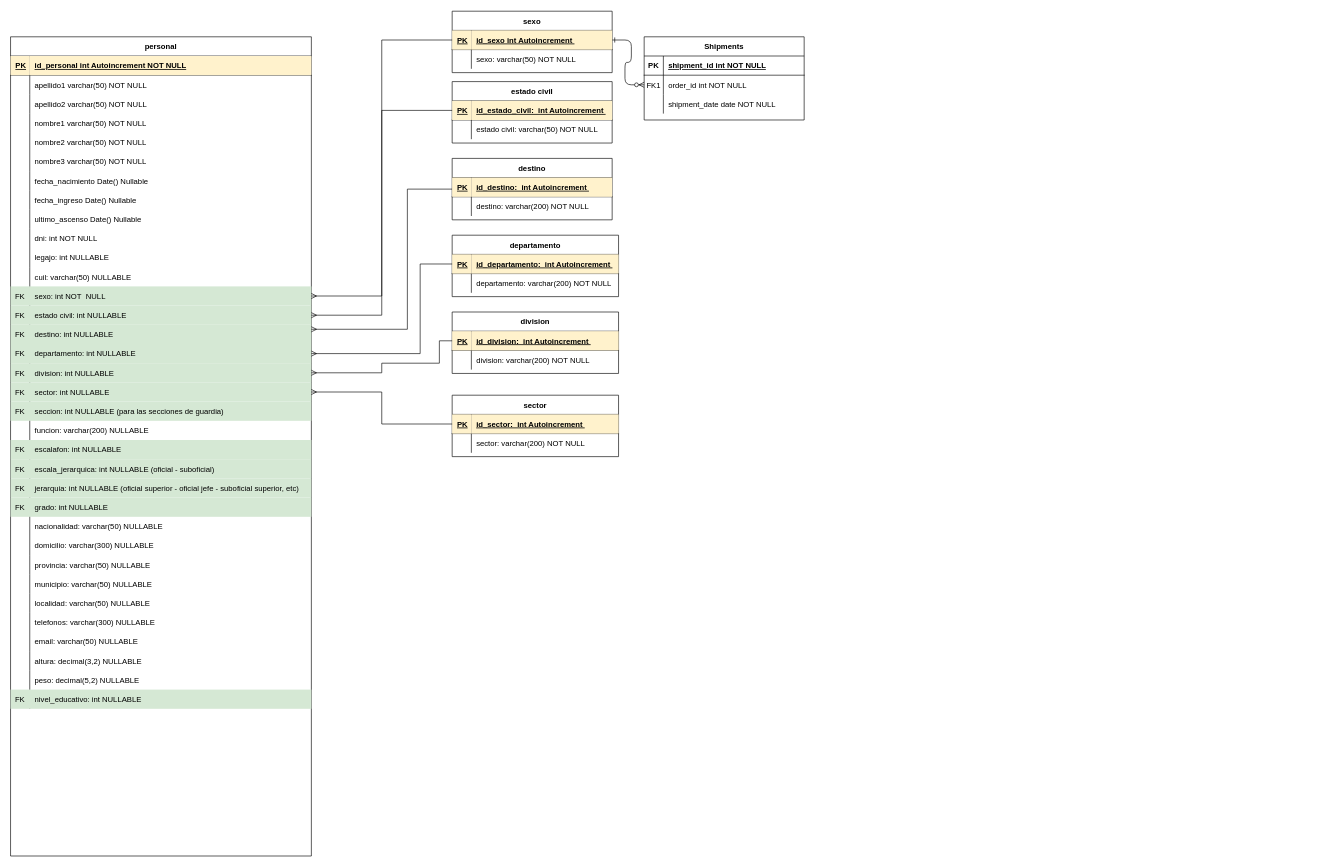
The draw.io diagram Cuerpo Penitenciario.drawio in FSALVA157/EsquemasER, before the edit. Source tidied: cells renumbered, new cells numbered last; positions are measured from the earlier drawing's top-left corner, leaving out a move shared by most shapes. Both pictures are drawn from the tidied source at 64%, with x=0, y=0 at pixel (10, 11).
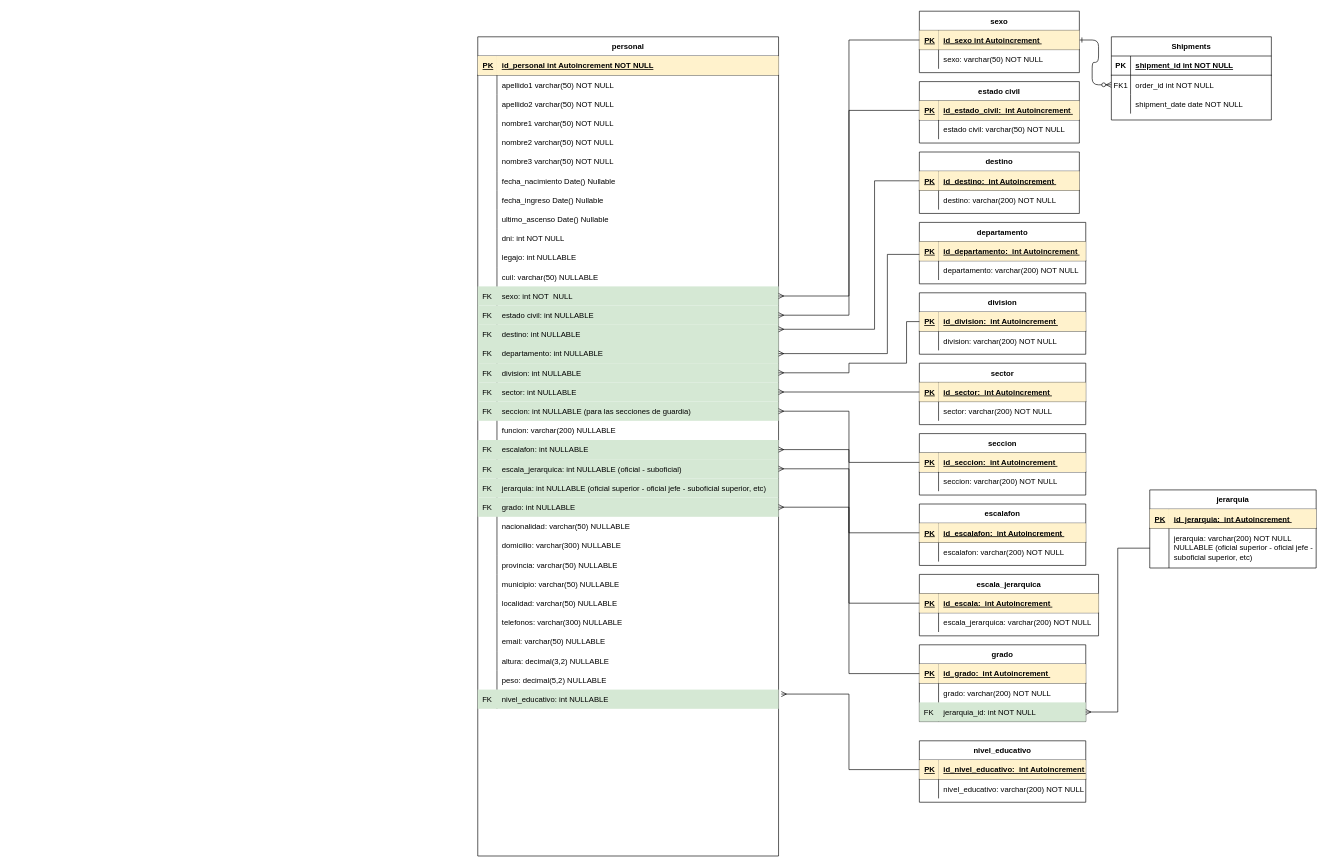
The same page after the edit.

The change refers to these unchanged cells:
```xml
<mxCell id="45" style="shape=partialRectangle;fillColor=#d5e8d4;points=[[0,0.5],[1,0.5]];portConstraint=eastwest;top=0;left=0;right=0;bottom=0;strokeColor=#82b366;" parent="2" vertex="1">
  <mxGeometry y="450" width="470" height="30" as="geometry" />
</mxCell>
<mxCell id="48" style="shape=partialRectangle;fillColor=#d5e8d4;points=[[0,0.5],[1,0.5]];portConstraint=eastwest;top=0;left=0;right=0;bottom=0;strokeColor=#82b366;" parent="2" vertex="1">
  <mxGeometry y="480" width="470" height="30" as="geometry" />
</mxCell>
<mxCell id="51" style="shape=partialRectangle;fillColor=#d5e8d4;points=[[0,0.5],[1,0.5]];portConstraint=eastwest;top=0;left=0;right=0;bottom=0;strokeColor=#82b366;" parent="2" vertex="1">
  <mxGeometry y="510" width="470" height="30" as="geometry" />
</mxCell>
<mxCell id="57" style="shape=partialRectangle;fillColor=#d5e8d4;points=[[0,0.5],[1,0.5]];portConstraint=eastwest;top=0;left=0;right=0;bottom=0;strokeColor=#82b366;" parent="2" vertex="1">
  <mxGeometry y="570" width="470" height="30" as="geometry" />
</mxCell>
<mxCell id="63" style="shape=partialRectangle;fillColor=#d5e8d4;points=[[0,0.5],[1,0.5]];portConstraint=eastwest;top=0;left=0;right=0;bottom=0;strokeColor=#82b366;" parent="2" vertex="1">
  <mxGeometry y="630" width="470" height="30" as="geometry" />
</mxCell>
<mxCell id="66" style="shape=partialRectangle;fillColor=#d5e8d4;points=[[0,0.5],[1,0.5]];portConstraint=eastwest;top=0;left=0;right=0;bottom=0;strokeColor=#82b366;" parent="2" vertex="1">
  <mxGeometry y="660" width="470" height="30" as="geometry" />
</mxCell>
<mxCell id="72" style="shape=partialRectangle;fillColor=#d5e8d4;points=[[0,0.5],[1,0.5]];portConstraint=eastwest;top=0;left=0;right=0;bottom=0;strokeColor=#82b366;" parent="2" vertex="1">
  <mxGeometry y="720" width="470" height="30" as="geometry" />
</mxCell>
<mxCell id="102" style="shape=partialRectangle;fillColor=#d5e8d4;points=[[0,0.5],[1,0.5]];portConstraint=eastwest;top=0;left=0;right=0;bottom=0;strokeColor=#82b366;" parent="2" vertex="1">
  <mxGeometry y="1020" width="470" height="30" as="geometry" />
</mxCell>
<mxCell id="132" style="shape=partialRectangle;fillColor=none;points=[[0,0.5],[1,0.5]];portConstraint=eastwest;top=0;left=0;right=0;bottom=1;" parent="131" vertex="1">
  <mxGeometry y="30" width="250" height="30" as="geometry" />
</mxCell>
<mxCell id="139" style="shape=partialRectangle;fillColor=none;points=[[0,0.5],[1,0.5]];portConstraint=eastwest;top=0;left=0;right=0;bottom=1;" parent="138" vertex="1">
  <mxGeometry y="30" width="260" height="30" as="geometry" />
</mxCell>
<mxCell id="146" style="shape=partialRectangle;fillColor=none;points=[[0,0.5],[1,0.5]];portConstraint=eastwest;top=0;left=0;right=0;bottom=1;" parent="145" vertex="1">
  <mxGeometry y="30" width="260" height="30" as="geometry" />
</mxCell>
```

What changed in the source:
```diff
@@
     <mxCell id="2" value="personal" style="shape=table;startSize=30;childLayout=tableLayout;rowLines=0;fontStyle=1;align=center;" parent="1" vertex="1">
-      <mxGeometry y="40" width="470" height="1280" as="geometry" />
+      <mxGeometry x="730" y="40" width="470" height="1280" as="geometry" />
     </mxCell>
@@
     <mxCell id="106" value="sexo" style="shape=table;startSize=30;childLayout=tableLayout;rowLines=0;fontStyle=1;align=center;" parent="1" vertex="1">
-      <mxGeometry x="690" width="250" height="96" as="geometry" />
+      <mxGeometry x="1420" width="250" height="96" as="geometry" />
     </mxCell>
@@
     <mxCell id="113" value="Shipments" style="shape=table;startSize=30;childLayout=tableLayout;rowLines=0;fontStyle=1;align=center;" parent="1" vertex="1">
-      <mxGeometry x="990" y="40" width="250" height="130" as="geometry" />
+      <mxGeometry x="1720" y="40" width="250" height="130" as="geometry" />
     </mxCell>
@@
     <mxCell id="123" value="estado civil" style="shape=table;startSize=30;childLayout=tableLayout;rowLines=0;fontStyle=1;align=center;" parent="1" vertex="1">
-      <mxGeometry x="690" y="110" width="250" height="96" as="geometry" />
+      <mxGeometry x="1420" y="110" width="250" height="96" as="geometry" />
     </mxCell>
@@
-    <mxCell id="130" style="edgeStyle=orthogonalEdgeStyle;rounded=0;jettySize=auto;html=1;entryX=1;entryY=0.233;entryDx=0;entryDy=0;entryPerimeter=0;endArrow=ERmany;endFill=0;" parent="1" edge="1" source="131" target="45">
+    <mxCell id="130" style="edgeStyle=orthogonalEdgeStyle;rounded=0;jettySize=auto;html=1;entryX=1;entryY=0.233;entryDx=0;entryDy=0;entryPerimeter=0;endArrow=ERmany;endFill=0;exitX=0;exitY=0.5;exitDx=0;exitDy=0;" parent="1" edge="1" source="132" target="45">
       <mxGeometry relative="1" as="geometry">
         <Array as="points">
-          <mxPoint x="620" y="278" />
-          <mxPoint x="620" y="497" />
+          <mxPoint x="1350" y="265" />
+          <mxPoint x="1350" y="497" />
         </Array>
       </mxGeometry>
     </mxCell>
     <mxCell id="131" value="destino" style="shape=table;startSize=30;childLayout=tableLayout;rowLines=0;fontStyle=1;align=center;" parent="1" vertex="1">
-      <mxGeometry x="690" y="230" width="250" height="96" as="geometry" />
+      <mxGeometry x="1420" y="220" width="250" height="96" as="geometry" />
     </mxCell>
@@
     <mxCell id="138" value="departamento" style="shape=table;startSize=30;childLayout=tableLayout;rowLines=0;fontStyle=1;align=center;" parent="1" vertex="1">
-      <mxGeometry x="690" y="350" width="260" height="96" as="geometry" />
+      <mxGeometry x="1420" y="330" width="260" height="96" as="geometry" />
     </mxCell>
@@
     <mxCell id="145" value="division" style="shape=table;startSize=30;childLayout=tableLayout;rowLines=0;fontStyle=1;align=center;" parent="1" vertex="1">
-      <mxGeometry x="690" y="470" width="260" height="96" as="geometry" />
+      <mxGeometry x="1420" y="440" width="260" height="96" as="geometry" />
     </mxCell>
@@
     <mxCell id="152" value="sector" style="shape=table;startSize=30;childLayout=tableLayout;rowLines=0;fontStyle=1;align=center;" parent="1" vertex="1">
-      <mxGeometry x="690" y="600" width="260" height="96" as="geometry" />
+      <mxGeometry x="1420" y="550" width="260" height="96" as="geometry" />
     </mxCell>
@@
     <mxCell id="161" style="edgeStyle=orthogonalEdgeStyle;rounded=0;jettySize=auto;html=1;endArrow=ERmany;endFill=0;" parent="1" edge="1" source="139" target="48">
       <mxGeometry relative="1" as="geometry">
         <Array as="points">
-          <mxPoint x="640" y="395" />
-          <mxPoint x="640" y="535" />
+          <mxPoint x="1370" y="380" />
+          <mxPoint x="1370" y="535" />
         </Array>
       </mxGeometry>
     </mxCell>
     <mxCell id="162" style="edgeStyle=orthogonalEdgeStyle;rounded=0;jettySize=auto;html=1;endArrow=ERmany;endFill=0;" parent="1" edge="1" source="146" target="51">
       <mxGeometry relative="1" as="geometry">
         <Array as="points">
-          <mxPoint x="670" y="515" />
-          <mxPoint x="670" y="550" />
-          <mxPoint x="580" y="550" />
-          <mxPoint x="580" y="565" />
+          <mxPoint x="1400" y="485" />
+          <mxPoint x="1400" y="550" />
+          <mxPoint x="1310" y="550" />
+          <mxPoint x="1310" y="565" />
         </Array>
       </mxGeometry>
     </mxCell>
@@
+    <mxCell id="164" value="seccion" style="shape=table;startSize=30;childLayout=tableLayout;rowLines=0;fontStyle=1;align=center;" parent="1" vertex="1">
+      <mxGeometry x="1420" y="660" width="260" height="96" as="geometry" />
+    </mxCell>
+    <mxCell id="165" style="shape=partialRectangle;fillColor=none;points=[[0,0.5],[1,0.5]];portConstraint=eastwest;top=0;left=0;right=0;bottom=1;" parent="164" vertex="1">
+      <mxGeometry y="30" width="260" height="30" as="geometry" />
+    </mxCell>
+    <mxCell id="166" value="PK" style="shape=partialRectangle;overflow=hidden;fillColor=#fff2cc;top=0;left=0;bottom=0;right=0;fontStyle=5;align=left;strokeColor=#d6b656;spacingLeft=6;" parent="165" vertex="1">
+      <mxGeometry width="30" height="30" as="geometry" />
+    </mxCell>
+    <mxCell id="167" value="id_seccion:  int Autoincrement " style="shape=partialRectangle;overflow=hidden;fillColor=#fff2cc;top=0;left=0;bottom=0;right=0;align=left;fontStyle=5;strokeColor=#d6b656;spacingLeft=6;" parent="165" vertex="1">
+      <mxGeometry x="30" width="230" height="30" as="geometry" />
+    </mxCell>
+    <mxCell id="168" style="shape=partialRectangle;fillColor=none;top=0;left=0;right=0;bottom=0;" parent="164" vertex="1">
+      <mxGeometry y="60" width="260" height="30" as="geometry" />
+    </mxCell>
+    <mxCell id="169" style="shape=partialRectangle;overflow=hidden;fillColor=none;top=0;left=0;bottom=0;right=0;" parent="168" vertex="1">
+      <mxGeometry width="30" height="30" as="geometry" />
+    </mxCell>
+    <mxCell id="170" value="seccion: varchar(200) NOT NULL" style="shape=partialRectangle;overflow=hidden;fillColor=none;top=0;left=0;bottom=0;right=0;align=left;spacingLeft=6;" parent="168" vertex="1">
+      <mxGeometry x="30" width="230" height="30" as="geometry" />
+    </mxCell>
+    <mxCell id="171" style="edgeStyle=orthogonalEdgeStyle;rounded=0;jettySize=auto;html=1;entryX=1;entryY=0.5;entryDx=0;entryDy=0;endArrow=ERmany;endFill=0;" parent="1" edge="1" source="165" target="57">
+      <mxGeometry relative="1" as="geometry" />
+    </mxCell>
+    <mxCell id="172" value="escalafon" style="shape=table;startSize=30;childLayout=tableLayout;rowLines=0;fontStyle=1;align=center;" parent="1" vertex="1">
+      <mxGeometry x="1420" y="770" width="260" height="96" as="geometry" />
+    </mxCell>
+    <mxCell id="173" style="shape=partialRectangle;fillColor=none;points=[[0,0.5],[1,0.5]];portConstraint=eastwest;top=0;left=0;right=0;bottom=1;" parent="172" vertex="1">
+      <mxGeometry y="30" width="260" height="30" as="geometry" />
+    </mxCell>
+    <mxCell id="174" value="PK" style="shape=partialRectangle;overflow=hidden;fillColor=#fff2cc;top=0;left=0;bottom=0;right=0;fontStyle=5;align=left;strokeColor=#d6b656;spacingLeft=6;" parent="173" vertex="1">
+      <mxGeometry width="30" height="30" as="geometry" />
+    </mxCell>
+    <mxCell id="175" value="id_escalafon:  int Autoincrement " style="shape=partialRectangle;overflow=hidden;fillColor=#fff2cc;top=0;left=0;bottom=0;right=0;align=left;fontStyle=5;strokeColor=#d6b656;spacingLeft=6;" parent="173" vertex="1">
+      <mxGeometry x="30" width="230" height="30" as="geometry" />
+    </mxCell>
+    <mxCell id="176" style="shape=partialRectangle;fillColor=none;top=0;left=0;right=0;bottom=0;" parent="172" vertex="1">
+      <mxGeometry y="60" width="260" height="30" as="geometry" />
+    </mxCell>
+    <mxCell id="177" style="shape=partialRectangle;overflow=hidden;fillColor=none;top=0;left=0;bottom=0;right=0;" parent="176" vertex="1">
+      <mxGeometry width="30" height="30" as="geometry" />
+    </mxCell>
+    <mxCell id="178" value="escalafon: varchar(200) NOT NULL" style="shape=partialRectangle;overflow=hidden;fillColor=none;top=0;left=0;bottom=0;right=0;align=left;spacingLeft=6;" parent="176" vertex="1">
+      <mxGeometry x="30" width="230" height="30" as="geometry" />
+    </mxCell>
+    <mxCell id="179" style="edgeStyle=orthogonalEdgeStyle;rounded=0;jettySize=auto;html=1;endArrow=ERmany;endFill=0;" parent="1" edge="1" source="173" target="63">
+      <mxGeometry relative="1" as="geometry" />
+    </mxCell>
+    <mxCell id="180" value="escala_jerarquica" style="shape=table;startSize=30;childLayout=tableLayout;rowLines=0;fontStyle=1;align=center;" parent="1" vertex="1">
+      <mxGeometry x="1420" y="880" width="280" height="96" as="geometry" />
+    </mxCell>
+    <mxCell id="181" style="shape=partialRectangle;fillColor=none;points=[[0,0.5],[1,0.5]];portConstraint=eastwest;top=0;left=0;right=0;bottom=1;" parent="180" vertex="1">
+      <mxGeometry y="30" width="280" height="30" as="geometry" />
+    </mxCell>
+    <mxCell id="182" value="PK" style="shape=partialRectangle;overflow=hidden;fillColor=#fff2cc;top=0;left=0;bottom=0;right=0;fontStyle=5;align=left;strokeColor=#d6b656;spacingLeft=6;" parent="181" vertex="1">
+      <mxGeometry width="30" height="30" as="geometry" />
+    </mxCell>
+    <mxCell id="183" value="id_escala:  int Autoincrement " style="shape=partialRectangle;overflow=hidden;fillColor=#fff2cc;top=0;left=0;bottom=0;right=0;align=left;fontStyle=5;strokeColor=#d6b656;spacingLeft=6;" parent="181" vertex="1">
+      <mxGeometry x="30" width="250" height="30" as="geometry" />
+    </mxCell>
+    <mxCell id="184" style="shape=partialRectangle;fillColor=none;top=0;left=0;right=0;bottom=0;" parent="180" vertex="1">
+      <mxGeometry y="60" width="280" height="30" as="geometry" />
+    </mxCell>
+    <mxCell id="185" style="shape=partialRectangle;overflow=hidden;fillColor=none;top=0;left=0;bottom=0;right=0;" parent="184" vertex="1">
+      <mxGeometry width="30" height="30" as="geometry" />
+    </mxCell>
+    <mxCell id="186" value="escala_jerarquica: varchar(200) NOT NULL" style="shape=partialRectangle;overflow=hidden;fillColor=none;top=0;left=0;bottom=0;right=0;align=left;spacingLeft=6;" parent="184" vertex="1">
+      <mxGeometry x="30" width="250" height="30" as="geometry" />
+    </mxCell>
+    <mxCell id="187" style="edgeStyle=orthogonalEdgeStyle;rounded=0;jettySize=auto;html=1;endArrow=ERmany;endFill=0;" parent="1" edge="1" source="181" target="66">
+      <mxGeometry relative="1" as="geometry" />
+    </mxCell>
+    <mxCell id="188" value="jerarquia" style="shape=table;startSize=30;childLayout=tableLayout;rowLines=0;fontStyle=1;align=center;" parent="1" vertex="1">
+      <mxGeometry x="1780" y="748" width="260" height="122" as="geometry" />
+    </mxCell>
+    <mxCell id="189" style="shape=partialRectangle;fillColor=none;top=0;left=0;right=0;bottom=1;" parent="188" vertex="1">
+      <mxGeometry y="30" width="260" height="30" as="geometry" />
+    </mxCell>
+    <mxCell id="190" value="PK" style="shape=partialRectangle;overflow=hidden;fillColor=#fff2cc;top=0;left=0;bottom=0;right=0;fontStyle=5;align=left;strokeColor=#d6b656;spacingLeft=6;" parent="189" vertex="1">
+      <mxGeometry width="30" height="30" as="geometry" />
+    </mxCell>
+    <mxCell id="191" value="id_jerarquia:  int Autoincrement " style="shape=partialRectangle;overflow=hidden;fillColor=#fff2cc;top=0;left=0;bottom=0;right=0;align=left;fontStyle=5;strokeColor=#d6b656;spacingLeft=6;" parent="189" vertex="1">
+      <mxGeometry x="30" width="230" height="30" as="geometry" />
+    </mxCell>
+    <mxCell id="192" style="shape=partialRectangle;fillColor=none;points=[[0,0.5],[1,0.5]];portConstraint=eastwest;top=0;left=0;right=0;bottom=0;" parent="188" vertex="1">
+      <mxGeometry y="60" width="260" height="62" as="geometry" />
+    </mxCell>
+    <mxCell id="193" style="shape=partialRectangle;overflow=hidden;fillColor=none;top=0;left=0;bottom=0;right=0;" parent="192" vertex="1">
+      <mxGeometry width="30" height="62" as="geometry" />
+    </mxCell>
+    <mxCell id="194" value="jerarquia: varchar(200) NOT NULL&lt;br&gt;NULLABLE (oficial superior - oficial jefe - suboficial superior, etc)" style="shape=partialRectangle;overflow=hidden;fillColor=none;top=0;left=0;bottom=0;right=0;align=left;spacingLeft=6;whiteSpace=wrap;html=1;" parent="192" vertex="1">
+      <mxGeometry x="30" width="230" height="62" as="geometry" />
+    </mxCell>
+    <mxCell id="195" value="grado" style="shape=table;startSize=30;childLayout=tableLayout;rowLines=0;fontStyle=1;align=center;" parent="1" vertex="1">
+      <mxGeometry x="1420" y="990" width="260" height="120" as="geometry" />
+    </mxCell>
+    <mxCell id="196" style="shape=partialRectangle;fillColor=none;points=[[0,0.5],[1,0.5]];portConstraint=eastwest;top=0;left=0;right=0;bottom=1;" parent="195" vertex="1">
+      <mxGeometry y="30" width="260" height="30" as="geometry" />
+    </mxCell>
+    <mxCell id="197" value="PK" style="shape=partialRectangle;overflow=hidden;fillColor=#fff2cc;top=0;left=0;bottom=0;right=0;fontStyle=5;align=left;strokeColor=#d6b656;spacingLeft=6;" parent="196" vertex="1">
+      <mxGeometry width="30" height="30" as="geometry" />
+    </mxCell>
+    <mxCell id="198" value="id_grado:  int Autoincrement " style="shape=partialRectangle;overflow=hidden;fillColor=#fff2cc;top=0;left=0;bottom=0;right=0;align=left;fontStyle=5;strokeColor=#d6b656;spacingLeft=6;" parent="196" vertex="1">
+      <mxGeometry x="30" width="230" height="30" as="geometry" />
+    </mxCell>
+    <mxCell id="199" style="shape=partialRectangle;fillColor=none;top=0;left=0;right=0;bottom=0;" parent="195" vertex="1">
+      <mxGeometry y="60" width="260" height="30" as="geometry" />
+    </mxCell>
+    <mxCell id="200" style="shape=partialRectangle;overflow=hidden;fillColor=none;top=0;left=0;bottom=0;right=0;" parent="199" vertex="1">
+      <mxGeometry width="30" height="30" as="geometry" />
+    </mxCell>
+    <mxCell id="201" value="grado: varchar(200) NOT NULL" style="shape=partialRectangle;overflow=hidden;fillColor=none;top=0;left=0;bottom=0;right=0;align=left;spacingLeft=6;" parent="199" vertex="1">
+      <mxGeometry x="30" width="230" height="30" as="geometry" />
+    </mxCell>
+    <mxCell id="202" style="shape=partialRectangle;points=[[0,0.5],[1,0.5]];portConstraint=eastwest;top=0;left=0;right=0;bottom=0;align=center;fillColor=#d5e8d4;strokeColor=#82b366;" parent="195" vertex="1">
+      <mxGeometry y="90" width="260" height="30" as="geometry" />
+    </mxCell>
+    <mxCell id="203" value="FK" style="shape=partialRectangle;overflow=hidden;fillColor=none;top=0;left=0;bottom=0;right=0;" parent="202" vertex="1">
+      <mxGeometry width="30" height="30" as="geometry" />
+    </mxCell>
+    <mxCell id="204" value="jerarquia_id: int NOT NULL" style="shape=partialRectangle;overflow=hidden;fillColor=#d5e8d4;top=0;left=0;bottom=0;right=0;align=left;spacingLeft=6;strokeWidth=1;opacity=0;strokeColor=#82b366;" parent="202" vertex="1">
+      <mxGeometry x="30" width="230" height="30" as="geometry" />
+    </mxCell>
+    <mxCell id="205" style="edgeStyle=orthogonalEdgeStyle;rounded=0;jettySize=auto;html=1;endArrow=ERmany;endFill=0;" parent="1" edge="1" source="192" target="202">
+      <mxGeometry relative="1" as="geometry" />
+    </mxCell>
+    <mxCell id="206" style="edgeStyle=orthogonalEdgeStyle;rounded=0;jettySize=auto;html=1;endArrow=ERmany;endFill=0;" parent="1" edge="1" source="196" target="72">
+      <mxGeometry relative="1" as="geometry" />
+    </mxCell>
+    <mxCell id="207" value="nivel_educativo" style="shape=table;startSize=30;childLayout=tableLayout;rowLines=0;fontStyle=1;align=center;" parent="1" vertex="1">
+      <mxGeometry x="1420" y="1140" width="260" height="96" as="geometry" />
+    </mxCell>
+    <mxCell id="208" style="shape=partialRectangle;fillColor=none;points=[[0,0.5],[1,0.5]];portConstraint=eastwest;top=0;left=0;right=0;bottom=1;" parent="207" vertex="1">
+      <mxGeometry y="30" width="260" height="30" as="geometry" />
+    </mxCell>
+    <mxCell id="209" value="PK" style="shape=partialRectangle;overflow=hidden;fillColor=#fff2cc;top=0;left=0;bottom=0;right=0;fontStyle=5;align=left;strokeColor=#d6b656;spacingLeft=6;" parent="208" vertex="1">
+      <mxGeometry width="30" height="30" as="geometry" />
+    </mxCell>
+    <mxCell id="210" value="id_nivel_educativo:  int Autoincrement " style="shape=partialRectangle;overflow=hidden;fillColor=#fff2cc;top=0;left=0;bottom=0;right=0;align=left;fontStyle=5;strokeColor=#d6b656;spacingLeft=6;" parent="208" vertex="1">
+      <mxGeometry x="30" width="230" height="30" as="geometry" />
+    </mxCell>
+    <mxCell id="211" style="shape=partialRectangle;fillColor=none;top=0;left=0;right=0;bottom=0;" parent="207" vertex="1">
+      <mxGeometry y="60" width="260" height="30" as="geometry" />
+    </mxCell>
+    <mxCell id="212" style="shape=partialRectangle;overflow=hidden;fillColor=none;top=0;left=0;bottom=0;right=0;" parent="211" vertex="1">
+      <mxGeometry width="30" height="30" as="geometry" />
+    </mxCell>
+    <mxCell id="213" value="nivel_educativo: varchar(200) NOT NULL" style="shape=partialRectangle;overflow=hidden;fillColor=none;top=0;left=0;bottom=0;right=0;align=left;spacingLeft=6;" parent="211" vertex="1">
+      <mxGeometry x="30" width="230" height="30" as="geometry" />
+    </mxCell>
+    <mxCell id="214" style="edgeStyle=orthogonalEdgeStyle;rounded=0;jettySize=auto;html=1;entryX=1.009;entryY=0.233;entryDx=0;entryDy=0;entryPerimeter=0;endArrow=ERmany;endFill=0;" parent="1" edge="1" source="208" target="102">
+      <mxGeometry relative="1" as="geometry" />
+    </mxCell>
```
